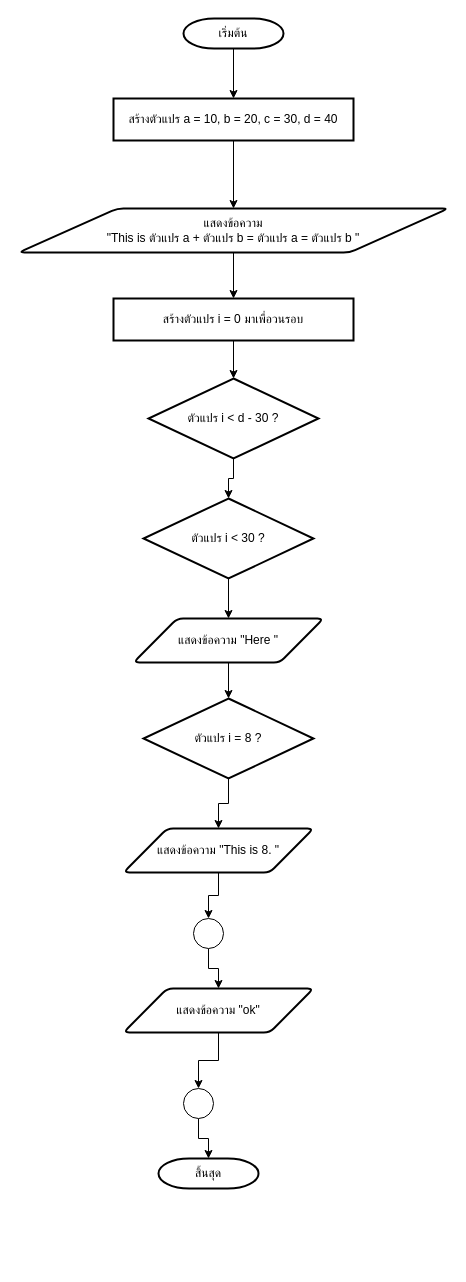
Earlier version of the draw.io diagram homework/Hw3/flowchart 3-1.drawio.drawio (nuch-oranuch/ENGCE117). Source tidied: cells renumbered, new cells numbered last; positions are measured from the earlier drawing's top-left corner, leaving out a move shared by most shapes. Both pictures are drawn from the tidied source at 100%, with x=0, y=0 at pixel (18, 18).
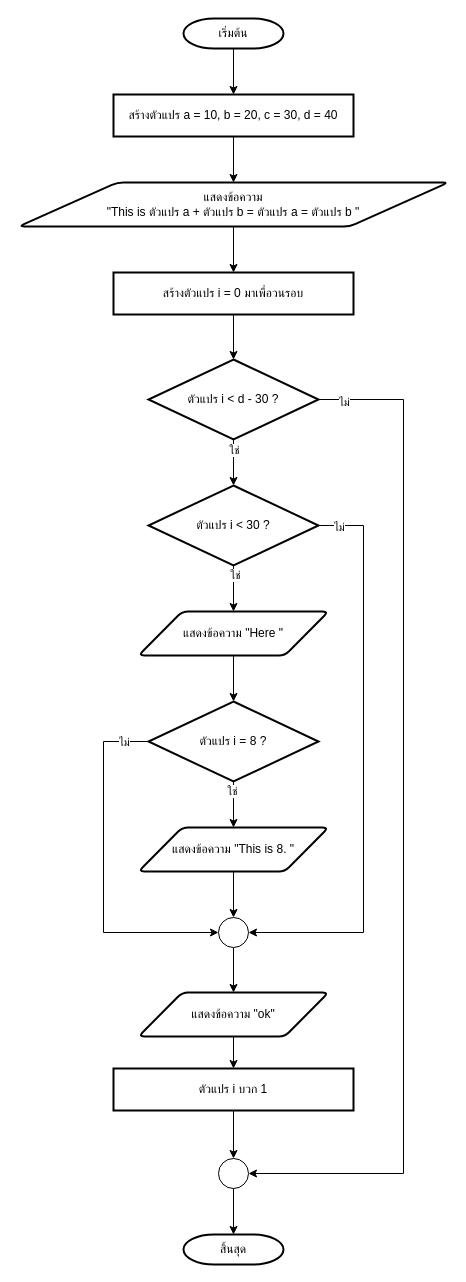
The same diagram, later.

Unchanged cells that the change refers to:
```xml
<mxCell id="10" style="edgeStyle=orthogonalEdgeStyle;rounded=0;jettySize=auto;html=1;" parent="1" edge="1" source="11" target="13">
  <mxGeometry relative="1" as="geometry" />
</mxCell>
<mxCell id="12" style="edgeStyle=orthogonalEdgeStyle;rounded=0;jettySize=auto;html=1;" parent="1" edge="1" source="13" target="15">
  <mxGeometry relative="1" as="geometry" />
</mxCell>
<mxCell id="16" style="edgeStyle=orthogonalEdgeStyle;rounded=0;jettySize=auto;html=1;" parent="1" edge="1" source="17" target="19">
  <mxGeometry relative="1" as="geometry" />
</mxCell>
```

The edit, as a diff of the source:
```diff
@@
     <mxCell id="5" value="สร้างตัวแปร a = 10, b = 20, c = 30, d = 40" style="rounded=1;whiteSpace=wrap;html=1;absoluteArcSize=1;arcSize=0;strokeWidth=2;" parent="1" vertex="1">
-      <mxGeometry x="95" y="80" width="240" height="42" as="geometry" />
+      <mxGeometry x="95" y="76" width="240" height="42" as="geometry" />
     </mxCell>
@@
     <mxCell id="7" value="แสดงข้อความ&lt;div&gt;&lt;span style=&quot;background-color: initial;&quot;&gt;&quot;This is ตัวแปร a + ตัวแปร b = ตัวแปร a = ตัวแปร b &quot;&lt;/span&gt;&lt;/div&gt;" style="shape=parallelogram;html=1;strokeWidth=2;perimeter=parallelogramPerimeter;whiteSpace=wrap;rounded=1;arcSize=12;size=0.23;" parent="1" vertex="1">
-      <mxGeometry y="190" width="430" height="44" as="geometry" />
+      <mxGeometry y="164" width="430" height="44" as="geometry" />
     </mxCell>
@@
     <mxCell id="9" value="สร้างตัวแปร i = 0 มาเพื่อวนรอบ" style="rounded=1;whiteSpace=wrap;html=1;absoluteArcSize=1;arcSize=0;strokeWidth=2;" parent="1" vertex="1">
-      <mxGeometry x="95" y="280" width="240" height="42" as="geometry" />
+      <mxGeometry x="95" y="254" width="240" height="42" as="geometry" />
     </mxCell>
@@
+    <mxCell id="27" value="ใช่" style="edgeLabel;html=1;align=center;verticalAlign=middle;" parent="10" vertex="1">
+      <mxGeometry x="-0.57" relative="1" as="geometry" />
+    </mxCell>
     <mxCell id="11" value="ตัวแปร i &amp;lt; d - 30 ?" style="strokeWidth=2;html=1;shape=mxgraph.flowchart.decision;whiteSpace=wrap;" parent="1" vertex="1">
-      <mxGeometry x="130" y="360" width="170" height="80" as="geometry" />
+      <mxGeometry x="130" y="341" width="170" height="80" as="geometry" />
     </mxCell>
@@
+    <mxCell id="28" value="ใช่" style="edgeLabel;html=1;align=center;verticalAlign=middle;" parent="12" vertex="1">
+      <mxGeometry x="-0.61" y="1" relative="1" as="geometry" />
+    </mxCell>
     <mxCell id="13" value="ตัวแปร i &amp;lt; 30 ?" style="strokeWidth=2;html=1;shape=mxgraph.flowchart.decision;whiteSpace=wrap;" parent="1" vertex="1">
-      <mxGeometry x="125" y="480" width="170" height="80" as="geometry" />
+      <mxGeometry x="130" y="467" width="170" height="80" as="geometry" />
     </mxCell>
@@
     <mxCell id="15" value="แสดงข้อความ&amp;nbsp;&lt;span style=&quot;background-color: initial;&quot;&gt;&quot;Here &quot;&lt;/span&gt;" style="shape=parallelogram;html=1;strokeWidth=2;perimeter=parallelogramPerimeter;whiteSpace=wrap;rounded=1;arcSize=12;size=0.23;" parent="1" vertex="1">
-      <mxGeometry x="115" y="600" width="190" height="44" as="geometry" />
+      <mxGeometry x="120" y="593" width="190" height="44" as="geometry" />
     </mxCell>
@@
+    <mxCell id="29" value="ใช่" style="edgeLabel;html=1;align=center;verticalAlign=middle;" parent="16" vertex="1">
+      <mxGeometry x="-0.61" y="-2" relative="1" as="geometry" />
+    </mxCell>
     <mxCell id="17" value="ตัวแปร i = 8 ?" style="strokeWidth=2;html=1;shape=mxgraph.flowchart.decision;whiteSpace=wrap;" parent="1" vertex="1">
-      <mxGeometry x="125" y="680" width="170" height="80" as="geometry" />
+      <mxGeometry x="130" y="683" width="170" height="80" as="geometry" />
     </mxCell>
@@
     <mxCell id="19" value="แสดงข้อความ&amp;nbsp;&lt;span style=&quot;background-color: initial;&quot;&gt;&quot;This is 8. &quot;&lt;/span&gt;" style="shape=parallelogram;html=1;strokeWidth=2;perimeter=parallelogramPerimeter;whiteSpace=wrap;rounded=1;arcSize=12;size=0.23;" parent="1" vertex="1">
-      <mxGeometry x="105" y="810" width="190" height="44" as="geometry" />
+      <mxGeometry x="120" y="809" width="190" height="44" as="geometry" />
     </mxCell>
@@
     <mxCell id="21" style="verticalLabelPosition=bottom;verticalAlign=top;html=1;shape=mxgraph.flowchart.on-page_reference;" parent="1" vertex="1">
-      <mxGeometry x="175" y="900" width="30" height="30" as="geometry" />
+      <mxGeometry x="200" y="899" width="30" height="30" as="geometry" />
     </mxCell>
-    <mxCell id="22" style="edgeStyle=orthogonalEdgeStyle;rounded=0;jettySize=auto;html=1;" parent="1" edge="1" source="23" target="25">
-      <mxGeometry relative="1" as="geometry" />
-    </mxCell>
+    <mxCell id="30" style="edgeStyle=orthogonalEdgeStyle;rounded=0;jettySize=auto;html=1;" parent="1" edge="1" source="23" target="36">
+      <mxGeometry relative="1" as="geometry" />
+    </mxCell>
     <mxCell id="23" value="แสดงข้อความ&amp;nbsp;&lt;span style=&quot;background-color: initial;&quot;&gt;&quot;ok&quot;&lt;/span&gt;" style="shape=parallelogram;html=1;strokeWidth=2;perimeter=parallelogramPerimeter;whiteSpace=wrap;rounded=1;arcSize=12;size=0.23;" parent="1" vertex="1">
-      <mxGeometry x="105" y="970" width="190" height="44" as="geometry" />
+      <mxGeometry x="120" y="974" width="190" height="44" as="geometry" />
     </mxCell>
@@
     <mxCell id="25" style="verticalLabelPosition=bottom;verticalAlign=top;html=1;shape=mxgraph.flowchart.on-page_reference;" parent="1" vertex="1">
-      <mxGeometry x="165" y="1070" width="30" height="30" as="geometry" />
+      <mxGeometry x="200" y="1140" width="30" height="30" as="geometry" />
     </mxCell>
     <mxCell id="26" value="สิ้นสุด" style="strokeWidth=2;html=1;shape=mxgraph.flowchart.terminator;whiteSpace=wrap;" parent="1" vertex="1">
-      <mxGeometry x="140" y="1140" width="100" height="30" as="geometry" />
+      <mxGeometry x="165" y="1216" width="100" height="30" as="geometry" />
     </mxCell>
+    <mxCell id="31" style="edgeStyle=orthogonalEdgeStyle;rounded=0;jettySize=auto;html=1;exitX=1;exitY=0.5;exitDx=0;exitDy=0;exitPerimeter=0;entryX=1;entryY=0.5;entryDx=0;entryDy=0;entryPerimeter=0;" parent="1" edge="1" source="13" target="21">
+      <mxGeometry relative="1" as="geometry">
+        <Array as="points">
+          <mxPoint x="345" y="507" />
+          <mxPoint x="345" y="914" />
+        </Array>
+      </mxGeometry>
+    </mxCell>
+    <mxCell id="32" value="ไม่" style="edgeLabel;html=1;align=center;verticalAlign=middle;" parent="31" vertex="1">
+      <mxGeometry x="-0.93" y="-1" relative="1" as="geometry" />
+    </mxCell>
+    <mxCell id="33" style="edgeStyle=orthogonalEdgeStyle;rounded=0;jettySize=auto;html=1;exitX=0;exitY=0.5;exitDx=0;exitDy=0;exitPerimeter=0;entryX=0;entryY=0.5;entryDx=0;entryDy=0;entryPerimeter=0;" parent="1" edge="1" source="17" target="21">
+      <mxGeometry relative="1" as="geometry">
+        <Array as="points">
+          <mxPoint x="85" y="723" />
+          <mxPoint x="85" y="914" />
+        </Array>
+      </mxGeometry>
+    </mxCell>
+    <mxCell id="34" value="ไม่" style="edgeLabel;html=1;align=center;verticalAlign=middle;" parent="33" vertex="1">
+      <mxGeometry x="-0.86" relative="1" as="geometry" />
+    </mxCell>
+    <mxCell id="35" style="edgeStyle=orthogonalEdgeStyle;rounded=0;jettySize=auto;html=1;" parent="1" edge="1" source="36" target="25">
+      <mxGeometry relative="1" as="geometry" />
+    </mxCell>
+    <mxCell id="36" value="ตัวแปร i บวก 1" style="rounded=1;whiteSpace=wrap;html=1;absoluteArcSize=1;arcSize=0;strokeWidth=2;" parent="1" vertex="1">
+      <mxGeometry x="95" y="1050" width="240" height="42" as="geometry" />
+    </mxCell>
+    <mxCell id="37" style="edgeStyle=orthogonalEdgeStyle;rounded=0;jettySize=auto;html=1;exitX=1;exitY=0.5;exitDx=0;exitDy=0;exitPerimeter=0;entryX=1;entryY=0.5;entryDx=0;entryDy=0;entryPerimeter=0;" parent="1" edge="1" source="11" target="25">
+      <mxGeometry relative="1" as="geometry">
+        <Array as="points">
+          <mxPoint x="385" y="381" />
+          <mxPoint x="385" y="1155" />
+        </Array>
+      </mxGeometry>
+    </mxCell>
+    <mxCell id="38" value="ไม่" style="edgeLabel;html=1;align=center;verticalAlign=middle;" parent="37" vertex="1">
+      <mxGeometry x="-0.95" y="-2" relative="1" as="geometry" />
+    </mxCell>
```
